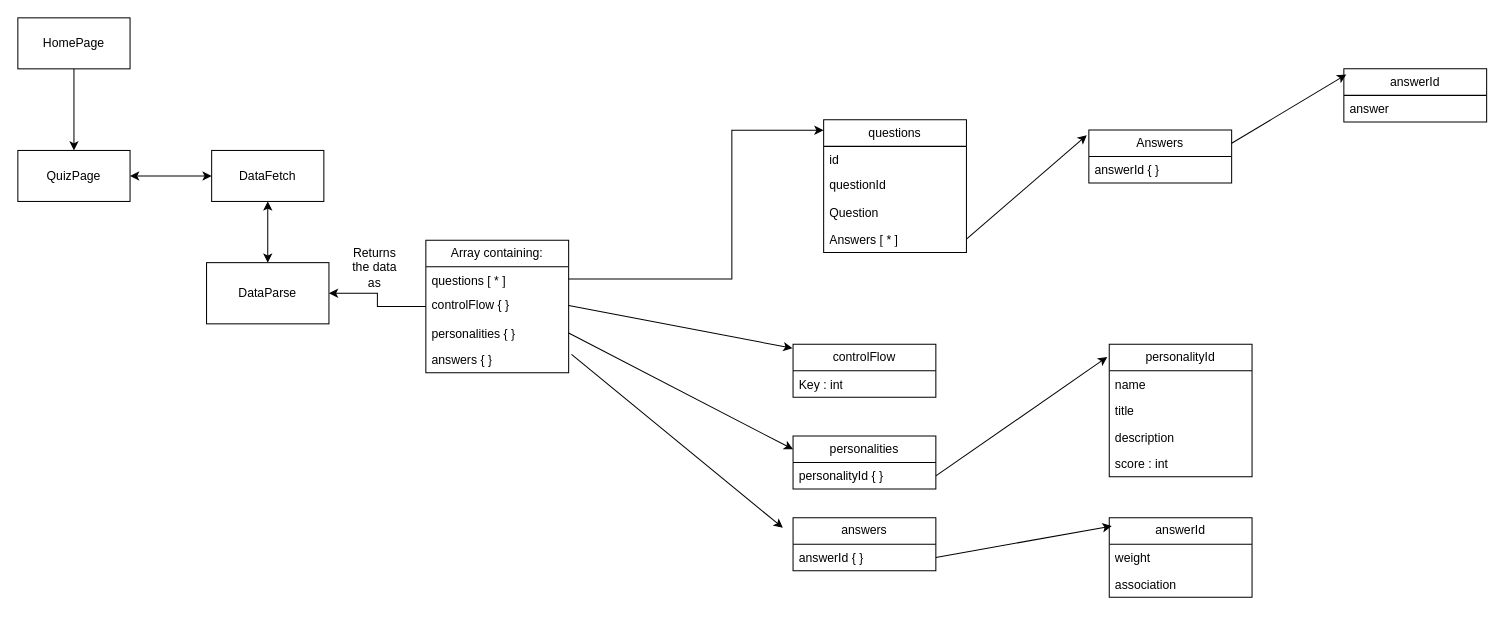
Before: Untitled Diagram.drawio in NightlyAffair/party-personality-nithvin, a draw.io diagram. Source tidied: cells renumbered, new cells numbered last; positions are measured from the earlier drawing's top-left corner, leaving out a move shared by most shapes. Both pictures are drawn from the tidied source at 102%, with x=0, y=0 at pixel (17, 17).
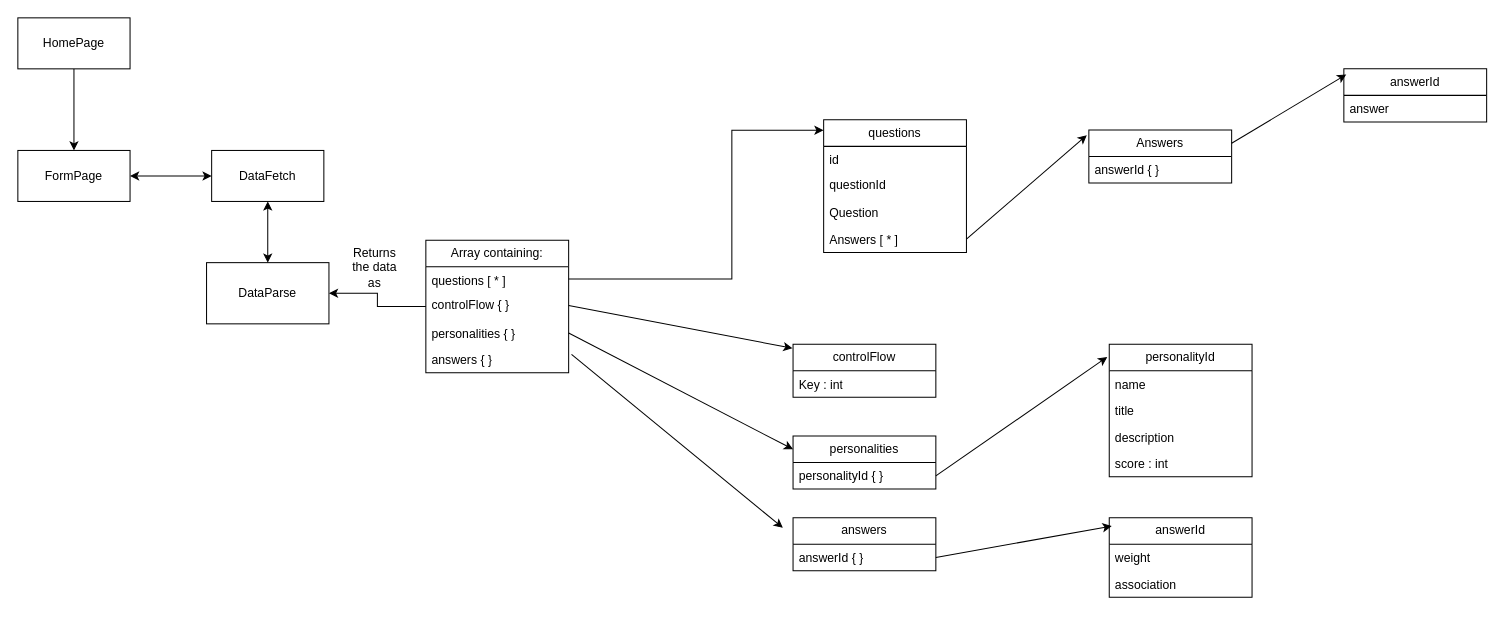
The same page after the edit.

What changed in the source:
```diff
@@
-    <mxCell id="4" value="QuizPage" style="html=1;whiteSpace=wrap;" parent="1" vertex="1">
+    <mxCell id="4" value="FormPage" style="html=1;whiteSpace=wrap;" parent="1" vertex="1">
       <mxGeometry y="130" width="110" height="50" as="geometry" />
     </mxCell>
```
